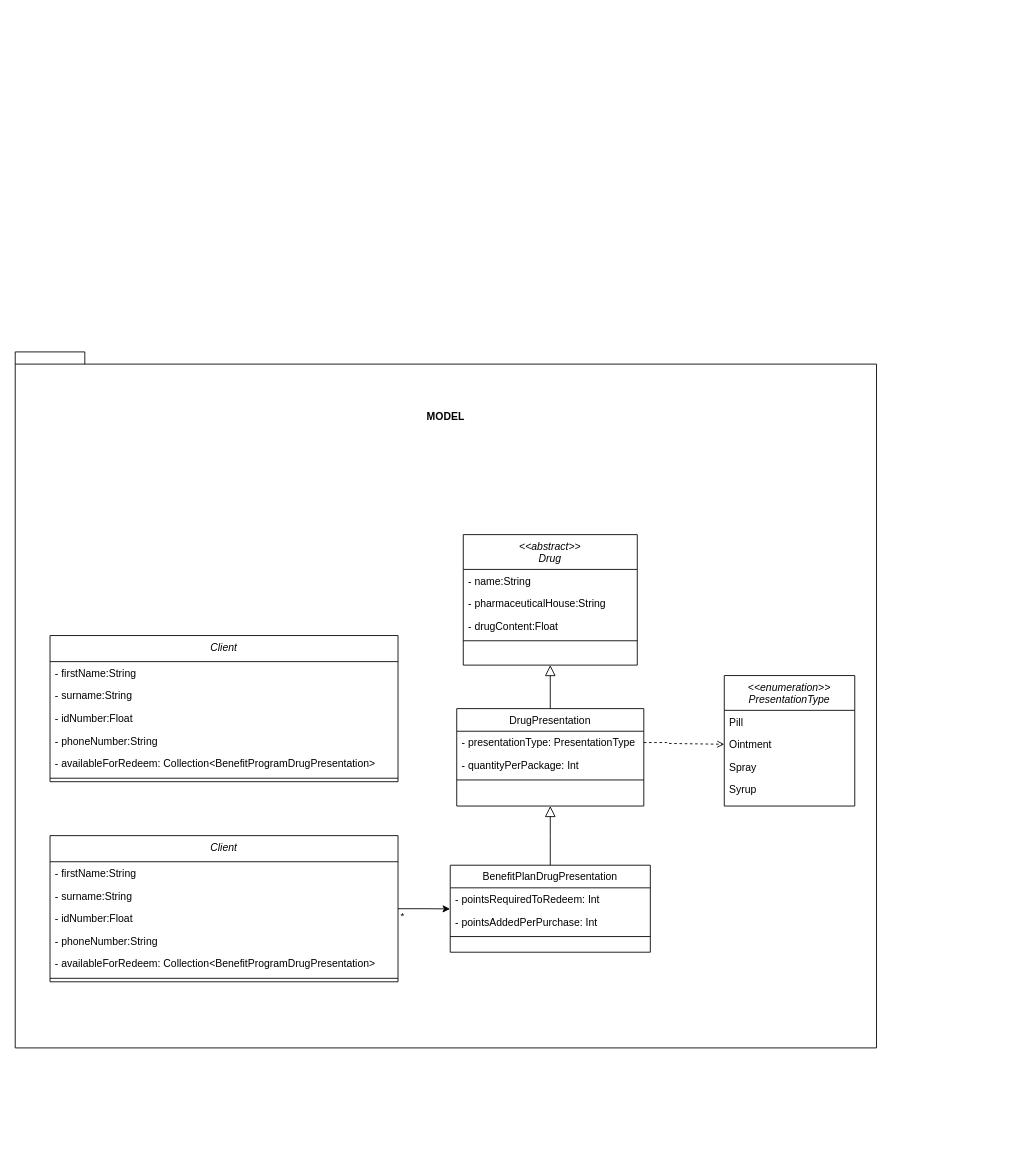
Earlier version of the draw.io diagram Diagramas/Diagrama sin título.drawio (andresmg07/softwareDesign). Source tidied: cells renumbered, new cells numbered last; positions are measured from the earlier drawing's top-left corner, leaving out a move shared by most shapes. Both pictures are drawn from the tidied source at 87%, with x=0, y=0 at pixel (15, 351).
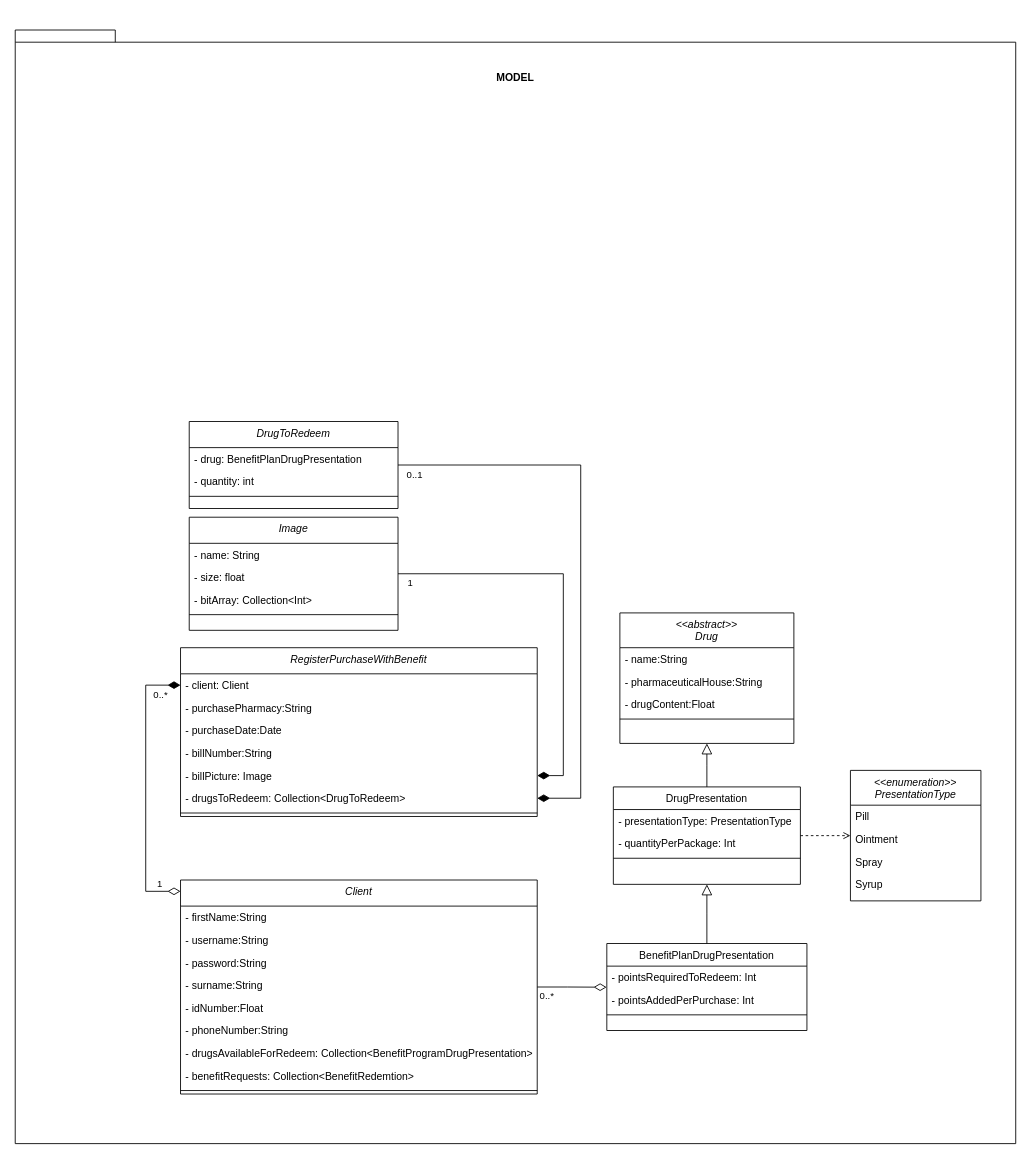
The same page after the edit.

Unchanged cells that the change refers to:
```xml
<mxCell id="9" value="- presentationType: PresentationType" style="text;align=left;verticalAlign=top;spacingLeft=4;spacingRight=4;overflow=hidden;points=[[0,0.5],[1,0.5]];portConstraint=eastwest;" parent="8" vertex="1">
  <mxGeometry y="26" width="215" height="26" as="geometry" />
</mxCell>
<mxCell id="14" value="- pointsRequiredToRedeem: Int" style="text;align=left;verticalAlign=top;spacingLeft=4;spacingRight=4;overflow=hidden;points=[[0,0.5],[1,0.5]];portConstraint=eastwest;" parent="13" vertex="1">
  <mxGeometry y="26" width="230" height="26" as="geometry" />
</mxCell>
<mxCell id="20" value="Ointment" style="text;align=left;verticalAlign=top;spacingLeft=4;spacingRight=4;overflow=hidden;points=[[0,0.5],[1,0.5]];portConstraint=eastwest;rounded=0;shadow=0;html=0;" parent="18" vertex="1">
  <mxGeometry y="66" width="150" height="26" as="geometry" />
</mxCell>
```

What changed in the source:
```diff
@@
-    <mxCell id="2" style="shape=folder;fontStyle=1;spacingTop=10;tabWidth=40;tabHeight=14;tabPosition=left;html=1;labelPosition=center;verticalLabelPosition=top;align=center;verticalAlign=bottom;horizontal=1;whiteSpace=wrap;" parent="1" vertex="1">
-      <mxGeometry width="990" height="800" as="geometry" />
+    <mxCell id="2" value="&amp;nbsp;" style="shape=folder;fontStyle=1;spacingTop=10;tabWidth=40;tabHeight=14;tabPosition=left;html=1;labelPosition=center;verticalLabelPosition=top;align=center;verticalAlign=bottom;horizontal=1;whiteSpace=wrap;" parent="1" vertex="1">
+      <mxGeometry y="-370" width="1150" height="1280" as="geometry" />
     </mxCell>
     <mxCell id="3" value="&lt;&lt;abstract&gt;&gt;&#10;Drug &#10;" style="swimlane;fontStyle=2;align=center;verticalAlign=top;horizontal=1;startSize=40;rounded=0;shadow=0;strokeWidth=1;" parent="1" vertex="1">
-      <mxGeometry x="515" y="210" width="200" height="150" as="geometry" />
+      <mxGeometry x="695" y="300" width="200" height="150" as="geometry" />
     </mxCell>
@@
+    <mxCell id="41" style="edgeStyle=orthogonalEdgeStyle;rounded=0;jettySize=auto;html=1;startArrow=none;startFill=0;endArrow=open;endFill=0;dashed=1;" parent="1" edge="1" source="8" target="18">
+      <mxGeometry relative="1" as="geometry" />
+    </mxCell>
     <mxCell id="8" value="DrugPresentation" style="swimlane;fontStyle=0;align=center;verticalAlign=top;horizontal=1;startSize=26;rounded=0;shadow=0;strokeWidth=1;" parent="1" vertex="1">
-      <mxGeometry x="507.5" y="410" width="215" height="112" as="geometry" />
+      <mxGeometry x="687.5" y="500" width="215" height="112" as="geometry" />
     </mxCell>
@@
     <mxCell id="13" value="BenefitPlanDrugPresentation" style="swimlane;fontStyle=0;align=center;verticalAlign=top;horizontal=1;startSize=26;rounded=0;shadow=0;strokeWidth=1;" parent="1" vertex="1">
-      <mxGeometry x="500" y="590" width="230" height="100" as="geometry" />
+      <mxGeometry x="680" y="680" width="230" height="100" as="geometry" />
     </mxCell>
@@
     <mxCell id="18" value="&lt;&lt;enumeration&gt;&gt;&#10;PresentationType&#10;" style="swimlane;fontStyle=2;align=center;verticalAlign=top;horizontal=1;startSize=40;rounded=0;shadow=0;strokeWidth=1;" parent="1" vertex="1">
-      <mxGeometry x="815" y="372" width="150" height="150" as="geometry" />
+      <mxGeometry x="960" y="481" width="150" height="150" as="geometry" />
     </mxCell>
@@
-    <mxCell id="23" style="edgeStyle=orthogonalEdgeStyle;rounded=0;jettySize=auto;html=1;entryX=0;entryY=0.5;entryDx=0;entryDy=0;dashed=1;endArrow=open;endFill=0;" parent="1" edge="1" source="9" target="20">
-      <mxGeometry relative="1" as="geometry">
-        <Array as="points">
-          <mxPoint x="749" y="449" />
-          <mxPoint x="795" y="450" />
-        </Array>
-      </mxGeometry>
-    </mxCell>
     <mxCell id="24" value="&lt;div&gt;MODEL&lt;/div&gt;" style="text;html=1;strokeColor=none;fillColor=none;align=center;verticalAlign=middle;whiteSpace=wrap;rounded=0;fontStyle=1;" parent="1" vertex="1">
-      <mxGeometry x="465" y="60" width="60" height="30" as="geometry" />
+      <mxGeometry x="545" y="-330" width="60" height="30" as="geometry" />
     </mxCell>
     <mxCell id="25" value="Client" style="swimlane;fontStyle=2;align=center;verticalAlign=top;horizontal=1;startSize=30;rounded=0;shadow=0;strokeWidth=1;" parent="1" vertex="1">
-      <mxGeometry x="40" y="556" width="400" height="168" as="geometry" />
+      <mxGeometry x="190" y="607" width="410" height="246" as="geometry" />
     </mxCell>
     <mxCell id="26" value="- firstName:String&#10;" style="text;align=left;verticalAlign=top;spacingLeft=4;spacingRight=4;overflow=hidden;" parent="25" vertex="1">
-      <mxGeometry y="30" width="400" height="26" as="geometry" />
+      <mxGeometry y="30" width="410" height="26" as="geometry" />
     </mxCell>
+    <mxCell id="42" value="- username:String&#10;" style="text;align=left;verticalAlign=top;spacingLeft=4;spacingRight=4;overflow=hidden;" parent="25" vertex="1">
+      <mxGeometry y="56" width="410" height="26" as="geometry" />
+    </mxCell>
+    <mxCell id="43" value="- password:String&#10;" style="text;align=left;verticalAlign=top;spacingLeft=4;spacingRight=4;overflow=hidden;" parent="25" vertex="1">
+      <mxGeometry y="82" width="410" height="26" as="geometry" />
+    </mxCell>
     <mxCell id="27" value="- surname:String" style="text;align=left;verticalAlign=top;spacingLeft=4;spacingRight=4;overflow=hidden;rounded=0;shadow=0;html=0;" parent="25" vertex="1">
-      <mxGeometry y="56" width="400" height="26" as="geometry" />
+      <mxGeometry y="108" width="410" height="26" as="geometry" />
     </mxCell>
     <mxCell id="28" value="- idNumber:Float&#10;&#10;&#10;&#10;&#10;" style="text;align=left;verticalAlign=top;spacingLeft=4;spacingRight=4;overflow=hidden;rounded=0;shadow=0;html=0;" parent="25" vertex="1">
-      <mxGeometry y="82" width="400" height="26" as="geometry" />
+      <mxGeometry y="134" width="410" height="26" as="geometry" />
     </mxCell>
     <mxCell id="29" value="- phoneNumber:String&#10;&#10;&#10;&#10;&#10;" style="text;align=left;verticalAlign=top;spacingLeft=4;spacingRight=4;overflow=hidden;rounded=0;shadow=0;html=0;" parent="25" vertex="1">
-      <mxGeometry y="108" width="400" height="26" as="geometry" />
+      <mxGeometry y="160" width="410" height="26" as="geometry" />
     </mxCell>
-    <mxCell id="30" value="- availableForRedeem: Collection&lt;BenefitProgramDrugPresentation&gt;&#10;&#10;&#10;&#10;&#10;" style="text;align=left;verticalAlign=top;spacingLeft=4;spacingRight=4;overflow=hidden;rounded=0;shadow=0;html=0;" parent="25" vertex="1">
-      <mxGeometry y="134" width="400" height="26" as="geometry" />
+    <mxCell id="30" value="- drugsAvailableForRedeem: Collection&lt;BenefitProgramDrugPresentation&gt;&#10;&#10;&#10;&#10;&#10;" style="text;align=left;verticalAlign=top;spacingLeft=4;spacingRight=4;overflow=hidden;rounded=0;shadow=0;html=0;" parent="25" vertex="1">
+      <mxGeometry y="186" width="410" height="26" as="geometry" />
     </mxCell>
+    <mxCell id="44" value="- benefitRequests: Collection&lt;BenefitRedemtion&gt;&#10;&#10;&#10;&#10;&#10;" style="text;align=left;verticalAlign=top;spacingLeft=4;spacingRight=4;overflow=hidden;rounded=0;shadow=0;html=0;" parent="25" vertex="1">
+      <mxGeometry y="212" width="410" height="26" as="geometry" />
+    </mxCell>
     <mxCell id="31" style="line;html=1;strokeWidth=1;align=left;verticalAlign=middle;spacingTop=-1;spacingLeft=3;spacingRight=3;labelPosition=right;" parent="25" vertex="1">
-      <mxGeometry y="160" width="400" height="8" as="geometry" />
+      <mxGeometry y="238" width="410" height="8" as="geometry" />
     </mxCell>
-    <mxCell id="32" value="Client" style="swimlane;fontStyle=2;align=center;verticalAlign=top;horizontal=1;startSize=30;rounded=0;shadow=0;strokeWidth=1;" parent="1" vertex="1">
-      <mxGeometry x="40" y="326" width="400" height="168" as="geometry" />
+    <mxCell id="32" value="RegisterPurchaseWithBenefit" style="swimlane;fontStyle=2;align=center;verticalAlign=top;horizontal=1;startSize=30;rounded=0;shadow=0;strokeWidth=1;" parent="1" vertex="1">
+      <mxGeometry x="190" y="340" width="410" height="194" as="geometry" />
     </mxCell>
-    <mxCell id="33" value="- firstName:String&#10;" style="text;align=left;verticalAlign=top;spacingLeft=4;spacingRight=4;overflow=hidden;points=[[0,0.5],[1,0.5]];portConstraint=eastwest;" parent="32" vertex="1">
-      <mxGeometry y="30" width="400" height="26" as="geometry" />
+    <mxCell id="33" value="- client: Client" style="text;align=left;verticalAlign=top;spacingLeft=4;spacingRight=4;overflow=hidden;points=[[0,0.5],[1,0.5]];portConstraint=eastwest;" parent="32" vertex="1">
+      <mxGeometry y="30" width="410" height="26" as="geometry" />
     </mxCell>
-    <mxCell id="34" value="- surname:String" style="text;align=left;verticalAlign=top;spacingLeft=4;spacingRight=4;overflow=hidden;rounded=0;shadow=0;html=0;" parent="32" vertex="1">
-      <mxGeometry y="56" width="400" height="26" as="geometry" />
+    <mxCell id="34" value="- purchasePharmacy:String" style="text;align=left;verticalAlign=top;spacingLeft=4;spacingRight=4;overflow=hidden;rounded=0;shadow=0;html=0;" parent="32" vertex="1">
+      <mxGeometry y="56" width="410" height="26" as="geometry" />
     </mxCell>
-    <mxCell id="35" value="- idNumber:Float&#10;&#10;&#10;&#10;&#10;" style="text;align=left;verticalAlign=top;spacingLeft=4;spacingRight=4;overflow=hidden;rounded=0;shadow=0;html=0;" parent="32" vertex="1">
-      <mxGeometry y="82" width="400" height="26" as="geometry" />
+    <mxCell id="35" value="- purchaseDate:Date&#10;&#10;&#10;&#10;&#10;" style="text;align=left;verticalAlign=top;spacingLeft=4;spacingRight=4;overflow=hidden;rounded=0;shadow=0;html=0;" parent="32" vertex="1">
+      <mxGeometry y="82" width="410" height="26" as="geometry" />
     </mxCell>
-    <mxCell id="36" value="- phoneNumber:String&#10;&#10;&#10;&#10;&#10;" style="text;align=left;verticalAlign=top;spacingLeft=4;spacingRight=4;overflow=hidden;rounded=0;shadow=0;html=0;" parent="32" vertex="1">
-      <mxGeometry y="108" width="400" height="26" as="geometry" />
+    <mxCell id="36" value="- billNumber:String&#10;&#10;&#10;&#10;&#10;" style="text;align=left;verticalAlign=top;spacingLeft=4;spacingRight=4;overflow=hidden;rounded=0;shadow=0;html=0;" parent="32" vertex="1">
+      <mxGeometry y="108" width="410" height="26" as="geometry" />
     </mxCell>
-    <mxCell id="37" value="- availableForRedeem: Collection&lt;BenefitProgramDrugPresentation&gt;&#10;&#10;&#10;&#10;&#10;" style="text;align=left;verticalAlign=top;spacingLeft=4;spacingRight=4;overflow=hidden;points=[[0,0.5],[1,0.5]];portConstraint=eastwest;rounded=0;shadow=0;html=0;" parent="32" vertex="1">
-      <mxGeometry y="134" width="400" height="26" as="geometry" />
+    <mxCell id="37" value="- billPicture: Image&#10;&#10;&#10;&#10;&#10;" style="text;align=left;verticalAlign=top;spacingLeft=4;spacingRight=4;overflow=hidden;points=[[0,0.5],[1,0.5]];portConstraint=eastwest;rounded=0;shadow=0;html=0;" parent="32" vertex="1">
+      <mxGeometry y="134" width="410" height="26" as="geometry" />
     </mxCell>
+    <mxCell id="45" value="- drugsToRedeem: Collection&lt;DrugToRedeem&gt;" style="text;align=left;verticalAlign=top;spacingLeft=4;spacingRight=4;overflow=hidden;points=[[0,0.5],[1,0.5]];portConstraint=eastwest;rounded=0;shadow=0;html=0;" parent="32" vertex="1">
+      <mxGeometry y="160" width="410" height="26" as="geometry" />
+    </mxCell>
     <mxCell id="38" style="line;html=1;strokeWidth=1;align=left;verticalAlign=middle;spacingTop=-1;spacingLeft=3;spacingRight=3;labelPosition=right;" parent="32" vertex="1">
-      <mxGeometry y="160" width="400" height="8" as="geometry" />
+      <mxGeometry y="186" width="410" height="8" as="geometry" />
     </mxCell>
-    <mxCell id="39" style="edgeStyle=orthogonalEdgeStyle;rounded=0;jettySize=auto;html=1;entryX=-0.001;entryY=0.932;entryDx=0;entryDy=0;entryPerimeter=0;endArrow=classic;endFill=1;" parent="1" edge="1" source="25" target="14">
+    <mxCell id="39" style="edgeStyle=orthogonalEdgeStyle;rounded=0;jettySize=auto;html=1;entryX=-0.001;entryY=0.932;entryDx=0;entryDy=0;entryPerimeter=0;endArrow=diamondThin;endFill=0;endSize=12;" parent="1" edge="1" source="25" target="14">
       <mxGeometry relative="1" as="geometry" />
     </mxCell>
-    <mxCell id="40" value="*" style="edgeLabel;html=1;align=center;verticalAlign=bottom;" parent="39" vertex="1">
+    <mxCell id="40" value="0..*" style="edgeLabel;html=1;align=center;verticalAlign=bottom;" parent="39" vertex="1">
       <mxGeometry x="-0.74" relative="1" as="geometry">
-        <mxPoint x="-4" y="16" as="offset" />
+        <mxPoint y="18" as="offset" />
       </mxGeometry>
     </mxCell>
+    <mxCell id="46" style="edgeStyle=orthogonalEdgeStyle;rounded=0;jettySize=auto;html=1;entryX=1;entryY=0.5;entryDx=0;entryDy=0;startArrow=none;startFill=0;endArrow=diamondThin;endFill=1;startSize=12;endSize=12;" parent="1" edge="1" source="48" target="37">
+      <mxGeometry relative="1" as="geometry">
+        <Array as="points">
+          <mxPoint x="630" y="255" />
+          <mxPoint x="630" y="487" />
+        </Array>
+      </mxGeometry>
+    </mxCell>
+    <mxCell id="47" value="&lt;div&gt;1&lt;/div&gt;" style="edgeLabel;html=1;align=center;verticalAlign=middle;" parent="46" vertex="1">
+      <mxGeometry x="-0.88" y="-1" relative="1" as="geometry">
+        <mxPoint x="-14" y="8" as="offset" />
+      </mxGeometry>
+    </mxCell>
+    <mxCell id="48" value="Image" style="swimlane;fontStyle=2;align=center;verticalAlign=top;horizontal=1;startSize=30;rounded=0;shadow=0;strokeWidth=1;" parent="1" vertex="1">
+      <mxGeometry x="200" y="190" width="240" height="130" as="geometry" />
+    </mxCell>
+    <mxCell id="49" value="- name: String&#10;" style="text;align=left;verticalAlign=top;spacingLeft=4;spacingRight=4;overflow=hidden;" parent="48" vertex="1">
+      <mxGeometry y="30" width="240" height="26" as="geometry" />
+    </mxCell>
+    <mxCell id="50" value="- size: float" style="text;align=left;verticalAlign=top;spacingLeft=4;spacingRight=4;overflow=hidden;rounded=0;shadow=0;html=0;" parent="48" vertex="1">
+      <mxGeometry y="56" width="240" height="26" as="geometry" />
+    </mxCell>
+    <mxCell id="51" value="- bitArray: Collection&lt;Int&gt;&#10;&#10;&#10;&#10;&#10;" style="text;align=left;verticalAlign=top;spacingLeft=4;spacingRight=4;overflow=hidden;rounded=0;shadow=0;html=0;" parent="48" vertex="1">
+      <mxGeometry y="82" width="240" height="26" as="geometry" />
+    </mxCell>
+    <mxCell id="52" style="line;html=1;strokeWidth=1;align=left;verticalAlign=middle;spacingTop=-1;spacingLeft=3;spacingRight=3;labelPosition=right;" parent="48" vertex="1">
+      <mxGeometry y="108" width="240" height="8" as="geometry" />
+    </mxCell>
+    <mxCell id="53" style="edgeStyle=orthogonalEdgeStyle;rounded=0;jettySize=auto;html=1;startArrow=none;startFill=0;endArrow=diamondThin;endFill=1;startSize=12;endSize=12;" parent="1" edge="1" source="55" target="45">
+      <mxGeometry relative="1" as="geometry">
+        <Array as="points">
+          <mxPoint x="650" y="130" />
+          <mxPoint x="650" y="513" />
+        </Array>
+      </mxGeometry>
+    </mxCell>
+    <mxCell id="54" value="&lt;div&gt;0..1&lt;/div&gt;" style="edgeLabel;html=1;align=center;verticalAlign=middle;" parent="53" vertex="1">
+      <mxGeometry x="-0.92" y="2" relative="1" as="geometry">
+        <mxPoint x="-8" y="12" as="offset" />
+      </mxGeometry>
+    </mxCell>
+    <mxCell id="55" value="DrugToRedeem" style="swimlane;fontStyle=2;align=center;verticalAlign=top;horizontal=1;startSize=30;rounded=0;shadow=0;strokeWidth=1;" parent="1" vertex="1">
+      <mxGeometry x="200" y="80" width="240" height="100" as="geometry" />
+    </mxCell>
+    <mxCell id="56" value="- drug: BenefitPlanDrugPresentation" style="text;align=left;verticalAlign=top;spacingLeft=4;spacingRight=4;overflow=hidden;" parent="55" vertex="1">
+      <mxGeometry y="30" width="240" height="26" as="geometry" />
+    </mxCell>
+    <mxCell id="57" value="- quantity: int" style="text;align=left;verticalAlign=top;spacingLeft=4;spacingRight=4;overflow=hidden;rounded=0;shadow=0;html=0;" parent="55" vertex="1">
+      <mxGeometry y="56" width="240" height="26" as="geometry" />
+    </mxCell>
+    <mxCell id="58" style="line;html=1;strokeWidth=1;align=left;verticalAlign=middle;spacingTop=-1;spacingLeft=3;spacingRight=3;labelPosition=right;" parent="55" vertex="1">
+      <mxGeometry y="82" width="240" height="8" as="geometry" />
+    </mxCell>
+    <mxCell id="59" style="edgeStyle=orthogonalEdgeStyle;rounded=0;jettySize=auto;html=1;endArrow=diamondThin;endFill=0;startArrow=diamondThin;startFill=1;endSize=12;startSize=12;" parent="1" edge="1" source="33" target="25">
+      <mxGeometry relative="1" as="geometry">
+        <Array as="points">
+          <mxPoint x="150" y="383" />
+          <mxPoint x="150" y="620" />
+        </Array>
+      </mxGeometry>
+    </mxCell>
+    <mxCell id="60" value="1" style="edgeLabel;html=1;align=center;verticalAlign=middle;" parent="59" vertex="1">
+      <mxGeometry x="0.93" y="1" relative="1" as="geometry">
+        <mxPoint x="-14" y="-9" as="offset" />
+      </mxGeometry>
+    </mxCell>
+    <mxCell id="61" value="0..*" style="edgeLabel;html=1;align=center;verticalAlign=middle;" parent="59" vertex="1">
+      <mxGeometry x="-0.9" y="-1" relative="1" as="geometry">
+        <mxPoint x="-8" y="11" as="offset" />
+      </mxGeometry>
+    </mxCell>
```
